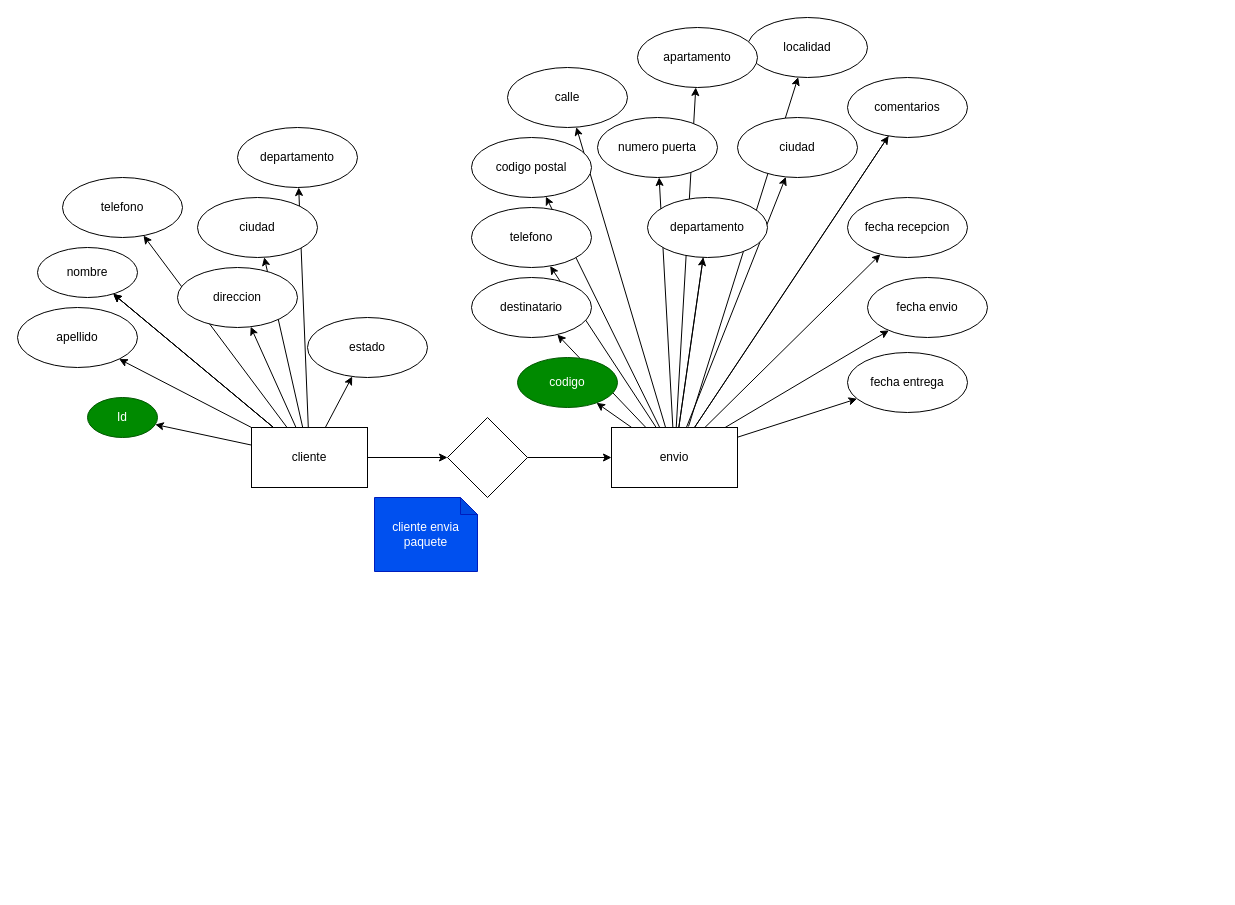
The draw.io diagram SQL/mer.drawio in Lulishh/mi_proyecto, before the edit. Source tidied: cells renumbered, new cells numbered last; positions are measured from the earlier drawing's top-left corner, leaving out a move shared by most shapes. Both pictures are drawn from the tidied source at 100%, with x=0, y=0 at pixel (17, 17).
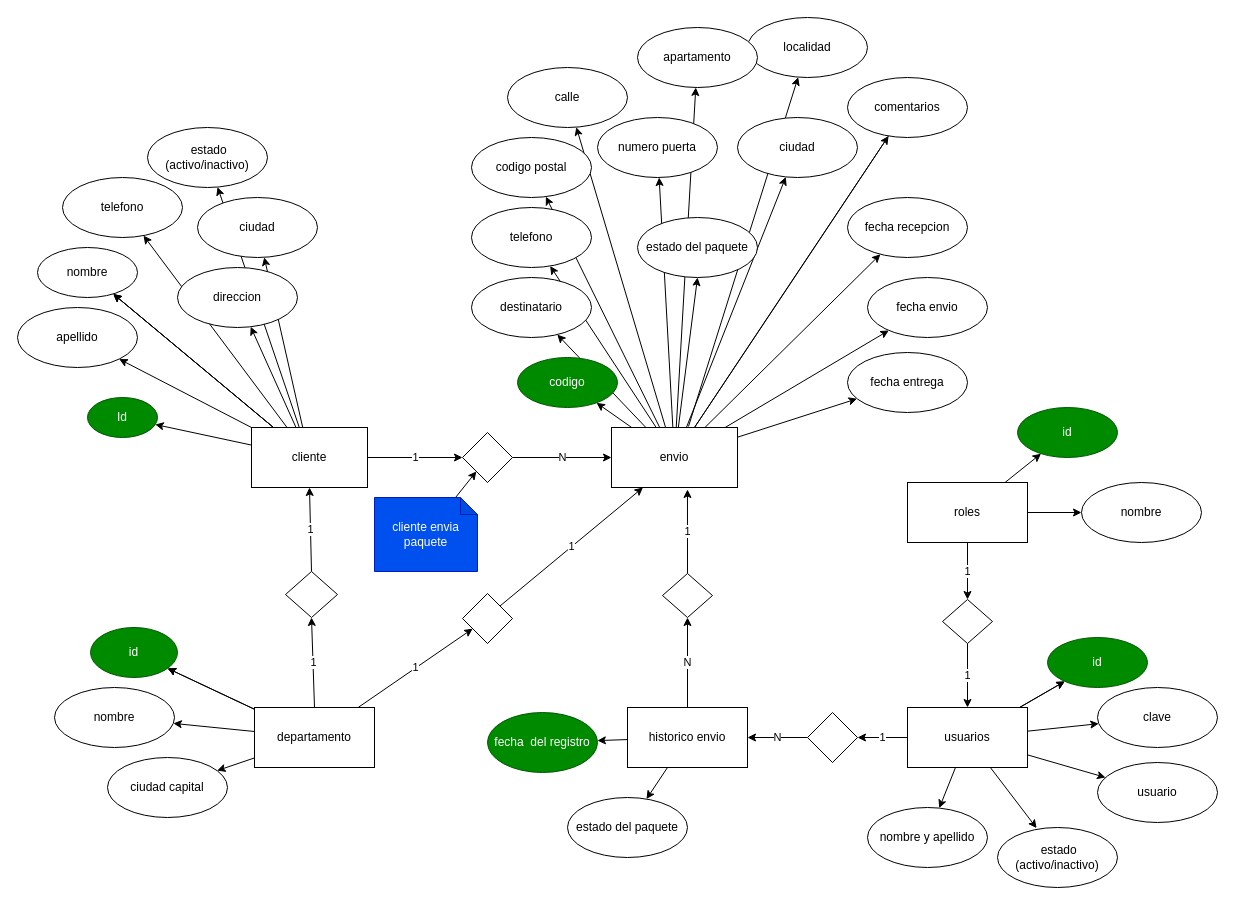
The same page after the edit.

Commit message (it also covers changes not shown here):
actualizacion mer

The change refers to these unchanged cells:
```xml
<mxCell id="13" value="cliente" style="rounded=0;whiteSpace=wrap;html=1;" parent="1" vertex="1">
  <mxGeometry x="234" y="410" width="116" height="60" as="geometry" />
</mxCell>
<mxCell id="37" value="envio" style="whiteSpace=wrap;html=1;rounded=0;" parent="1" vertex="1">
  <mxGeometry x="594" y="410" width="126" height="60" as="geometry" />
</mxCell>
<mxCell id="53" value="cliente envia paquete" style="shape=note;whiteSpace=wrap;html=1;backgroundOutline=1;darkOpacity=0.05;fillColor=#0050ef;strokeColor=#001DBC;fontColor=#ffffff;size=17;" parent="1" vertex="1">
  <mxGeometry x="357" y="480" width="103" height="74" as="geometry" />
</mxCell>
```

Change to the diagram source:
```diff
@@
-    <mxCell id="10" style="edgeStyle=none;html=1;" parent="1" edge="1" source="13" target="20">
-      <mxGeometry relative="1" as="geometry" />
-    </mxCell>
-    <mxCell id="11" style="edgeStyle=none;html=1;" parent="1" edge="1" source="13" target="22">
+    <mxCell id="11" value="1" style="edgeStyle=none;html=1;" parent="1" edge="1" source="13" target="22">
       <mxGeometry relative="1" as="geometry" />
     </mxCell>
@@
+    <mxCell id="56" value="1" style="edgeStyle=none;html=1;exitX=0.5;exitY=0;exitDx=0;exitDy=0;entryX=0.5;entryY=1;entryDx=0;entryDy=0;" parent="1" edge="1" source="60" target="13">
+      <mxGeometry relative="1" as="geometry" />
+    </mxCell>
@@
-    <mxCell id="20" value="departamento" style="ellipse;whiteSpace=wrap;html=1;rounded=0;" parent="1" vertex="1">
-      <mxGeometry x="220" y="110" width="120" height="60" as="geometry" />
-    </mxCell>
-    <mxCell id="21" style="edgeStyle=none;html=1;" parent="1" edge="1" source="22" target="37">
+    <mxCell id="21" value="N" style="edgeStyle=none;html=1;" parent="1" edge="1" source="22" target="37">
       <mxGeometry relative="1" as="geometry" />
     </mxCell>
     <mxCell id="22" style="rhombus;whiteSpace=wrap;html=1;rounded=0;" parent="1" vertex="1">
-      <mxGeometry x="430" y="400" width="80" height="80" as="geometry" />
+      <mxGeometry x="445" y="415" width="50" height="50" as="geometry" />
     </mxCell>
@@
-    <mxCell id="30" style="edgeStyle=none;html=1;" parent="1" edge="1" source="37" target="46">
-      <mxGeometry relative="1" as="geometry" />
-    </mxCell>
@@
+    <mxCell id="57" style="edgeStyle=none;html=1;entryX=0.5;entryY=1;entryDx=0;entryDy=0;" parent="1" edge="1" source="37" target="103">
+      <mxGeometry relative="1" as="geometry" />
+    </mxCell>
@@
-    <mxCell id="43" value="estado" style="ellipse;whiteSpace=wrap;html=1;rounded=0;" parent="1" vertex="1">
-      <mxGeometry x="290" y="300" width="120" height="60" as="geometry" />
+    <mxCell id="43" value="&amp;nbsp;estado (activo/inactivo)" style="ellipse;whiteSpace=wrap;html=1;rounded=0;" parent="1" vertex="1">
+      <mxGeometry x="130" y="110" width="120" height="60" as="geometry" />
     </mxCell>
@@
-    <mxCell id="46" value="departamento" style="ellipse;whiteSpace=wrap;html=1;rounded=0;" parent="1" vertex="1">
-      <mxGeometry x="630" y="180" width="120" height="60" as="geometry" />
-    </mxCell>
-    <mxCell id="47" style="edgeStyle=none;html=1;endArrow=none;" parent="1" edge="1" source="37" target="46">
-      <mxGeometry relative="1" as="geometry" />
-    </mxCell>
@@
+    <mxCell id="58" style="edgeStyle=none;html=1;" parent="1" edge="1" source="53" target="22">
+      <mxGeometry relative="1" as="geometry" />
+    </mxCell>
@@
+    <mxCell id="59" value="1" style="edgeStyle=none;html=1;entryX=0.5;entryY=1;entryDx=0;entryDy=0;exitX=0.5;exitY=0;exitDx=0;exitDy=0;" parent="1" edge="1" source="66" target="60">
+      <mxGeometry relative="1" as="geometry" />
+    </mxCell>
+    <mxCell id="60" style="rhombus;whiteSpace=wrap;html=1;rounded=0;" parent="1" vertex="1">
+      <mxGeometry x="268" y="554" width="52" height="46" as="geometry" />
+    </mxCell>
+    <mxCell id="61" value="1" style="edgeStyle=none;html=1;" parent="1" edge="1" source="66" target="67">
+      <mxGeometry relative="1" as="geometry" />
+    </mxCell>
+    <mxCell id="62" style="edgeStyle=none;html=1;" parent="1" edge="1" source="66" target="69">
+      <mxGeometry relative="1" as="geometry" />
+    </mxCell>
+    <mxCell id="63" style="edgeStyle=none;html=1;" parent="1" edge="1" source="66" target="69">
+      <mxGeometry relative="1" as="geometry" />
+    </mxCell>
+    <mxCell id="64" style="edgeStyle=none;html=1;" parent="1" edge="1" source="66" target="70">
+      <mxGeometry relative="1" as="geometry" />
+    </mxCell>
+    <mxCell id="65" style="edgeStyle=none;html=1;" parent="1" edge="1" source="66" target="71">
+      <mxGeometry relative="1" as="geometry" />
+    </mxCell>
+    <mxCell id="66" value="departamento" style="whiteSpace=wrap;html=1;rounded=0;" parent="1" vertex="1">
+      <mxGeometry x="237" y="690" width="120" height="60" as="geometry" />
+    </mxCell>
+    <mxCell id="67" style="rhombus;whiteSpace=wrap;html=1;rounded=0;" parent="1" vertex="1">
+      <mxGeometry x="445" y="576" width="50" height="50" as="geometry" />
+    </mxCell>
+    <mxCell id="68" value="1" style="edgeStyle=none;html=1;exitX=1;exitY=0;exitDx=0;exitDy=0;entryX=0.25;entryY=1;entryDx=0;entryDy=0;" parent="1" edge="1" source="67" target="37">
+      <mxGeometry relative="1" as="geometry" />
+    </mxCell>
+    <mxCell id="69" value="id" style="ellipse;whiteSpace=wrap;html=1;rounded=0;fillColor=#008a00;fontColor=#ffffff;strokeColor=#005700;" parent="1" vertex="1">
+      <mxGeometry x="73" y="610" width="87" height="50" as="geometry" />
+    </mxCell>
+    <mxCell id="70" value="nombre" style="ellipse;whiteSpace=wrap;html=1;rounded=0;" parent="1" vertex="1">
+      <mxGeometry x="37" y="670" width="120" height="60" as="geometry" />
+    </mxCell>
+    <mxCell id="71" value="ciudad capital" style="ellipse;whiteSpace=wrap;html=1;rounded=0;" parent="1" vertex="1">
+      <mxGeometry x="90" y="740" width="120" height="60" as="geometry" />
+    </mxCell>
+    <mxCell id="72" value="N" style="edgeStyle=none;html=1;" parent="1" edge="1" source="75" target="77">
+      <mxGeometry relative="1" as="geometry" />
+    </mxCell>
+    <mxCell id="73" style="edgeStyle=none;html=1;" parent="1" edge="1" source="75" target="78">
+      <mxGeometry relative="1" as="geometry" />
+    </mxCell>
+    <mxCell id="74" style="edgeStyle=none;html=1;" parent="1" edge="1" source="75" target="79">
+      <mxGeometry relative="1" as="geometry" />
+    </mxCell>
+    <mxCell id="75" value="historico envio" style="rounded=0;whiteSpace=wrap;html=1;" parent="1" vertex="1">
+      <mxGeometry x="610" y="690" width="120" height="60" as="geometry" />
+    </mxCell>
+    <mxCell id="76" value="1" style="edgeStyle=none;html=1;entryX=0.603;entryY=1.033;entryDx=0;entryDy=0;entryPerimeter=0;" parent="1" edge="1" source="77" target="37">
+      <mxGeometry relative="1" as="geometry" />
+    </mxCell>
+    <mxCell id="77" style="rhombus;whiteSpace=wrap;html=1;rounded=0;" parent="1" vertex="1">
+      <mxGeometry x="645" y="556" width="50" height="44" as="geometry" />
+    </mxCell>
+    <mxCell id="78" value="fecha&amp;nbsp; del registro" style="ellipse;whiteSpace=wrap;html=1;rounded=0;fillColor=#008a00;fontColor=#ffffff;strokeColor=#005700;" parent="1" vertex="1">
+      <mxGeometry x="470" y="695" width="110" height="60" as="geometry" />
+    </mxCell>
+    <mxCell id="79" value="estado del paquete" style="ellipse;whiteSpace=wrap;html=1;rounded=0;" parent="1" vertex="1">
+      <mxGeometry x="550" y="780" width="120" height="60" as="geometry" />
+    </mxCell>
+    <mxCell id="80" value="1" style="edgeStyle=none;html=1;" parent="1" edge="1" source="87" target="95">
+      <mxGeometry relative="1" as="geometry" />
+    </mxCell>
+    <mxCell id="81" style="edgeStyle=none;html=1;" parent="1" edge="1" source="87" target="96">
+      <mxGeometry relative="1" as="geometry" />
+    </mxCell>
+    <mxCell id="82" style="edgeStyle=none;html=1;" parent="1" edge="1" source="87" target="97">
+      <mxGeometry relative="1" as="geometry" />
+    </mxCell>
+    <mxCell id="83" style="edgeStyle=none;html=1;" parent="1" edge="1" source="87" target="98">
+      <mxGeometry relative="1" as="geometry" />
+    </mxCell>
+    <mxCell id="84" style="edgeStyle=none;html=1;" parent="1" edge="1" source="87" target="98">
+      <mxGeometry relative="1" as="geometry" />
+    </mxCell>
+    <mxCell id="85" style="edgeStyle=none;html=1;" parent="1" edge="1" source="87" target="101">
+      <mxGeometry relative="1" as="geometry" />
+    </mxCell>
+    <mxCell id="86" style="edgeStyle=none;html=1;entryX=0.326;entryY=0.01;entryDx=0;entryDy=0;entryPerimeter=0;" parent="1" edge="1" source="87" target="102">
+      <mxGeometry relative="1" as="geometry" />
+    </mxCell>
+    <mxCell id="87" value="usuarios" style="rounded=0;whiteSpace=wrap;html=1;" parent="1" vertex="1">
+      <mxGeometry x="890" y="690" width="120" height="60" as="geometry" />
+    </mxCell>
+    <mxCell id="88" value="1" style="edgeStyle=none;html=1;" parent="1" edge="1" source="91" target="93">
+      <mxGeometry relative="1" as="geometry" />
+    </mxCell>
+    <mxCell id="89" style="edgeStyle=none;html=1;" parent="1" edge="1" source="91" target="99">
+      <mxGeometry relative="1" as="geometry" />
+    </mxCell>
+    <mxCell id="90" style="edgeStyle=none;html=1;" parent="1" edge="1" source="91" target="100">
+      <mxGeometry relative="1" as="geometry" />
+    </mxCell>
+    <mxCell id="91" value="roles" style="rounded=0;whiteSpace=wrap;html=1;" parent="1" vertex="1">
+      <mxGeometry x="890" y="465" width="120" height="60" as="geometry" />
+    </mxCell>
+    <mxCell id="92" value="1" style="edgeStyle=none;html=1;entryX=0.5;entryY=0;entryDx=0;entryDy=0;" parent="1" edge="1" source="93" target="87">
+      <mxGeometry relative="1" as="geometry" />
+    </mxCell>
+    <mxCell id="93" style="rhombus;whiteSpace=wrap;html=1;rounded=0;" parent="1" vertex="1">
+      <mxGeometry x="925" y="582" width="50" height="44" as="geometry" />
+    </mxCell>
+    <mxCell id="94" value="N" style="edgeStyle=none;html=1;entryX=1;entryY=0.5;entryDx=0;entryDy=0;" parent="1" edge="1" source="95" target="75">
+      <mxGeometry relative="1" as="geometry" />
+    </mxCell>
+    <mxCell id="95" style="rhombus;whiteSpace=wrap;html=1;rounded=0;" parent="1" vertex="1">
+      <mxGeometry x="790" y="695" width="50" height="50" as="geometry" />
+    </mxCell>
+    <mxCell id="96" value="nombre y apellido" style="ellipse;whiteSpace=wrap;html=1;rounded=0;" parent="1" vertex="1">
+      <mxGeometry x="850" y="790" width="120" height="60" as="geometry" />
+    </mxCell>
+    <mxCell id="97" value="usuario" style="ellipse;whiteSpace=wrap;html=1;rounded=0;" parent="1" vertex="1">
+      <mxGeometry x="1080" y="745" width="120" height="60" as="geometry" />
+    </mxCell>
+    <mxCell id="98" value="id" style="ellipse;whiteSpace=wrap;html=1;rounded=0;fillColor=#008a00;fontColor=#ffffff;strokeColor=#005700;" parent="1" vertex="1">
+      <mxGeometry x="1030" y="620" width="100" height="50" as="geometry" />
+    </mxCell>
+    <mxCell id="99" value="id" style="ellipse;whiteSpace=wrap;html=1;rounded=0;fillColor=#008a00;fontColor=#ffffff;strokeColor=#005700;" parent="1" vertex="1">
+      <mxGeometry x="1000" y="390" width="100" height="50" as="geometry" />
+    </mxCell>
+    <mxCell id="100" value="nombre" style="ellipse;whiteSpace=wrap;html=1;rounded=0;" parent="1" vertex="1">
+      <mxGeometry x="1064" y="465" width="120" height="60" as="geometry" />
+    </mxCell>
+    <mxCell id="101" value="clave" style="ellipse;whiteSpace=wrap;html=1;rounded=0;" parent="1" vertex="1">
+      <mxGeometry x="1080" y="670" width="120" height="60" as="geometry" />
+    </mxCell>
+    <mxCell id="102" value="&amp;nbsp;estado (activo/inactivo)" style="ellipse;whiteSpace=wrap;html=1;rounded=0;" parent="1" vertex="1">
+      <mxGeometry x="980" y="810" width="120" height="60" as="geometry" />
+    </mxCell>
+    <mxCell id="103" value="estado del paquete" style="ellipse;whiteSpace=wrap;html=1;rounded=0;" parent="1" vertex="1">
+      <mxGeometry x="620" y="200" width="120" height="60" as="geometry" />
+    </mxCell>
```
